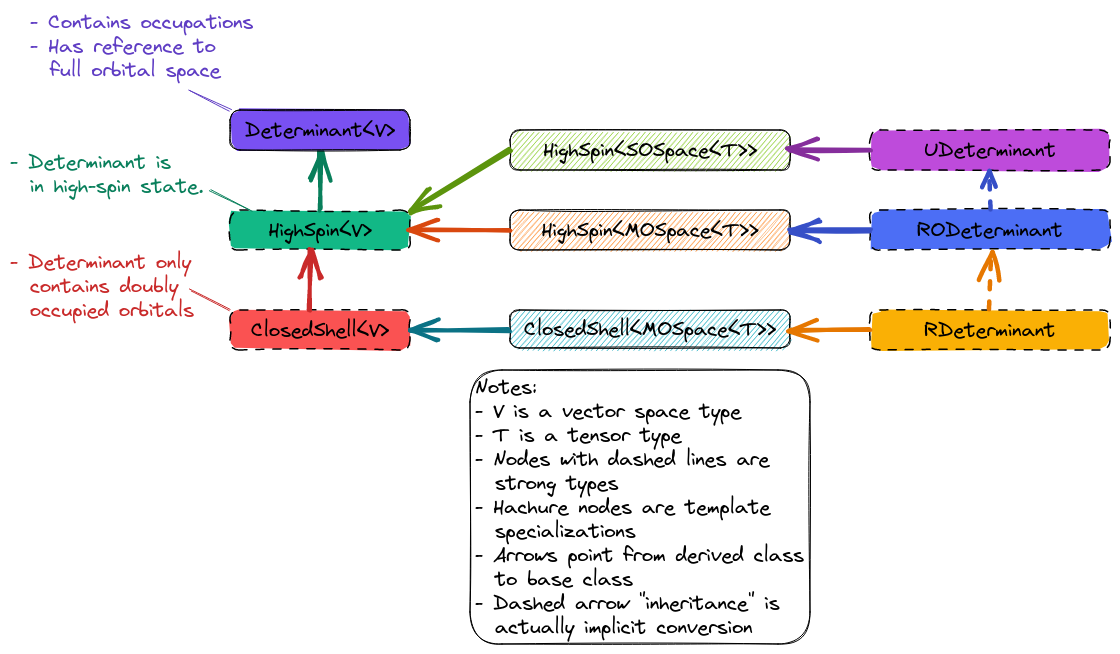
Above: docs/source/developer/design/assets/determinants.png in NWChemEx/Chemist (Excalidraw), before the change. Source tidied: one line per element, renumbered; positions are measured from the earlier drawing's top-left corner, leaving out a move shared by most shapes.
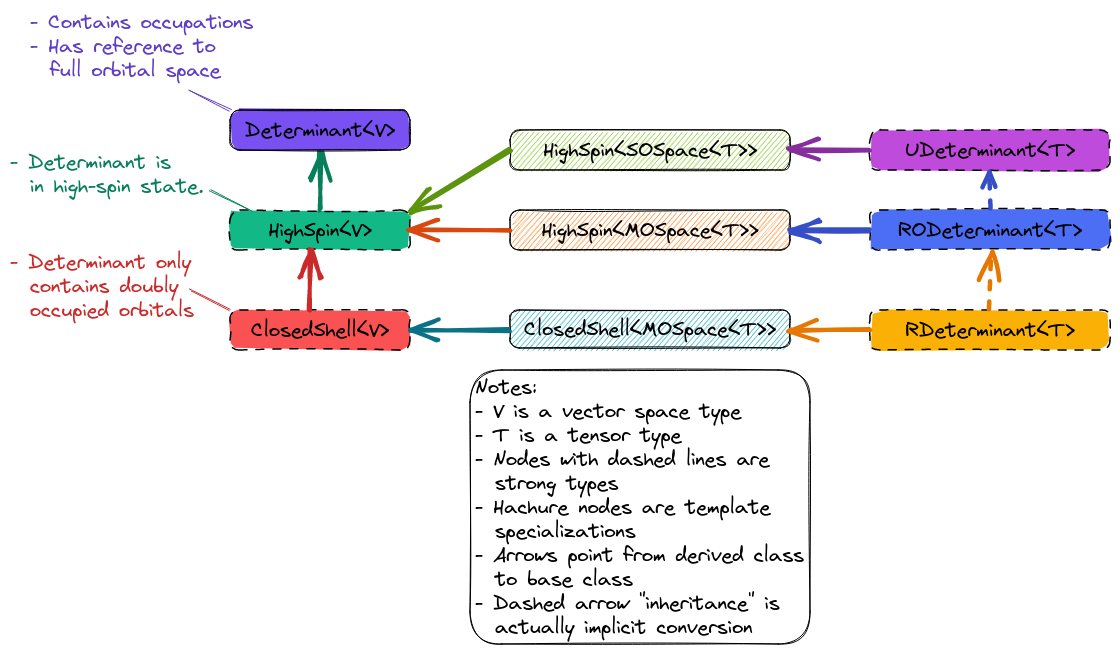
After the change.

Diff of the diagram source:
```diff
@@ -21,16 +21,16 @@
 {"id": 20, "type": "text", "text": "HighSpin<MOSpace<T>>", "strokeColor": "#000000", "backgroundColor": "#15aabf", "fillStyle": "hachure", "strokeWidth": 1, "roughness": 1, "fontSize": 20, "fontFamily": 1, "textAlign": "center", "verticalAlign": "middle", "inside": 19, "x": 532, "y": 208, "width": 217, "height": 24}
 {"id": 21, "type": "arrow", "strokeColor": "#d9480f", "backgroundColor": "#fd7e14", "fillStyle": "hachure", "strokeWidth": 4, "roughness": 1, "endArrowhead": "arrow", "round": true, "from": 19, "to": 3, "x": 500, "y": 220, "width": 100, "height": 0, "points": [[0, 0], [-100, 0]]}
 {"id": 22, "type": "rectangle", "strokeColor": "#000000", "backgroundColor": "#4c6ef5", "fillStyle": "solid", "strokeWidth": 1, "strokeStyle": "dashed", "roughness": 1, "round": true, "x": 860, "y": 200, "width": 240, "height": 40}
-{"id": 23, "type": "text", "text": "RODeterminant", "strokeColor": "#000000", "backgroundColor": "#4c6ef5", "fillStyle": "solid", "strokeWidth": 1, "roughness": 1, "fontSize": 20, "fontFamily": 1, "textAlign": "center", "verticalAlign": "middle", "inside": 22, "x": 907, "y": 208, "width": 146, "height": 24}
+{"id": 23, "type": "text", "text": "RODeterminant<T>", "strokeColor": "#000000", "backgroundColor": "#4c6ef5", "fillStyle": "solid", "strokeWidth": 1, "roughness": 1, "fontSize": 20, "fontFamily": 1, "textAlign": "center", "verticalAlign": "middle", "inside": 22, "x": 888, "y": 208, "width": 184, "height": 24}
-{"id": 24, "type": "arrow", "strokeColor": "#364fc7", "backgroundColor": "#4c6ef5", "fillStyle": "solid", "strokeWidth": 4, "roughness": 1, "endArrowhead": "arrow", "round": true, "from": 22, "x": 860, "y": 220, "width": 80, "height": 0, "points": [[0, 0], [-80, 0]]}
+{"id": 24, "type": "arrow", "strokeColor": "#364fc7", "backgroundColor": "#4c6ef5", "fillStyle": "solid", "strokeWidth": 4, "roughness": 1, "endArrowhead": "arrow", "round": true, "from": 22, "x": 859, "y": 220, "width": 79, "height": 0, "points": [[0, 0], [-79, 0]]}
 {"id": 25, "type": "rectangle", "strokeColor": "#000000", "backgroundColor": "#fab005", "fillStyle": "solid", "strokeWidth": 1, "strokeStyle": "dashed", "roughness": 1, "round": true, "x": 860, "y": 300, "width": 240, "height": 40}
-{"id": 26, "type": "text", "text": "RDeterminant", "strokeColor": "#000000", "backgroundColor": "#4c6ef5", "fillStyle": "solid", "strokeWidth": 4, "roughness": 1, "fontSize": 20, "fontFamily": 1, "textAlign": "center", "verticalAlign": "middle", "inside": 25, "x": 914, "y": 308, "width": 131, "height": 24}
+{"id": 26, "type": "text", "text": "RDeterminant<T>", "strokeColor": "#000000", "backgroundColor": "#4c6ef5", "fillStyle": "solid", "strokeWidth": 4, "roughness": 1, "fontSize": 20, "fontFamily": 1, "textAlign": "center", "verticalAlign": "middle", "inside": 25, "x": 895, "y": 308, "width": 169, "height": 24}
 {"id": 27, "type": "arrow", "strokeColor": "#e67700", "backgroundColor": "#4c6ef5", "fillStyle": "solid", "strokeWidth": 4, "roughness": 1, "endArrowhead": "arrow", "round": true, "from": 25, "to": 16, "x": 860, "y": 320, "width": 80, "height": 0, "points": [[0, 0], [-80, 0]]}
 {"id": 28, "type": "rectangle", "strokeColor": "#000000", "backgroundColor": "#82c91e", "fillStyle": "hachure", "strokeWidth": 1, "roughness": 1, "round": true, "x": 500, "y": 120, "width": 280, "height": 40}
 {"id": 29, "type": "text", "text": "HighSpin<SOSpace<T>>", "strokeColor": "#000000", "backgroundColor": "#4c6ef5", "fillStyle": "solid", "strokeWidth": 4, "roughness": 1, "fontSize": 20, "fontFamily": 1, "textAlign": "center", "verticalAlign": "middle", "inside": 28, "x": 533, "y": 128, "width": 214, "height": 24}
 {"id": 30, "type": "arrow", "strokeColor": "#5c940d", "backgroundColor": "#82c91e", "fillStyle": "hachure", "strokeWidth": 4, "roughness": 1, "endArrowhead": "arrow", "round": true, "from": 28, "to": 3, "x": 500, "y": 140, "width": 100, "height": 60, "points": [[0, 0], [-100, 60]]}
 {"id": 31, "type": "rectangle", "strokeColor": "#000000", "backgroundColor": "#be4bdb", "fillStyle": "solid", "strokeWidth": 1, "strokeStyle": "dashed", "roughness": 1, "round": true, "x": 860, "y": 120, "width": 240, "height": 40}
-{"id": 32, "type": "text", "text": "UDeterminant", "strokeColor": "#000000", "backgroundColor": "#82c91e", "fillStyle": "solid", "strokeWidth": 1, "roughness": 1, "fontSize": 20, "fontFamily": 1, "textAlign": "center", "verticalAlign": "middle", "inside": 31, "x": 914, "y": 128, "width": 132, "height": 24}
+{"id": 32, "type": "text", "text": "UDeterminant<T>", "strokeColor": "#000000", "backgroundColor": "#82c91e", "fillStyle": "solid", "strokeWidth": 1, "roughness": 1, "fontSize": 20, "fontFamily": 1, "textAlign": "center", "verticalAlign": "middle", "inside": 31, "x": 895, "y": 128, "width": 170, "height": 24}
-{"id": 33, "type": "arrow", "strokeColor": "#862e9c", "backgroundColor": "#82c91e", "fillStyle": "solid", "strokeWidth": 4, "roughness": 1, "endArrowhead": "arrow", "round": true, "from": 31, "to": 28, "x": 860, "y": 140, "width": 80, "height": 0, "points": [[0, 0], [-80, 0]]}
+{"id": 33, "type": "arrow", "strokeColor": "#862e9c", "backgroundColor": "#82c91e", "fillStyle": "solid", "strokeWidth": 4, "roughness": 1, "endArrowhead": "arrow", "round": true, "from": 31, "to": 28, "x": 859, "y": 140, "width": 78, "height": 0, "points": [[0, 0], [-78, 0]]}
-{"id": 34, "type": "arrow", "strokeColor": "#e67700", "backgroundColor": "#fab005", "fillStyle": "solid", "strokeWidth": 4, "strokeStyle": "dashed", "roughness": 1, "endArrowhead": "arrow", "round": true, "from": 25, "x": 980, "y": 300, "width": 0, "height": 60, "points": [[0, 0], [0, -60]]}
+{"id": 34, "type": "arrow", "strokeColor": "#e67700", "backgroundColor": "#fab005", "fillStyle": "solid", "strokeWidth": 4, "strokeStyle": "dashed", "roughness": 1, "endArrowhead": "arrow", "round": true, "from": 25, "to": 22, "x": 980, "y": 300, "width": 0, "height": 60, "points": [[0, 0], [0, -60]]}
-{"id": 35, "type": "arrow", "strokeColor": "#364fc7", "backgroundColor": "#fab005", "fillStyle": "solid", "strokeWidth": 4, "strokeStyle": "dashed", "roughness": 1, "endArrowhead": "arrow", "round": true, "from": 22, "to": 31, "x": 980, "y": 200, "width": 0, "height": 40, "points": [[0, 0], [0, -40]]}
+{"id": 35, "type": "arrow", "strokeColor": "#364fc7", "backgroundColor": "#fab005", "fillStyle": "solid", "strokeWidth": 4, "strokeStyle": "dashed", "roughness": 1, "endArrowhead": "arrow", "round": true, "from": 22, "to": 31, "x": 980, "y": 199, "width": 0, "height": 38, "points": [[0, 0], [0, -38]]}
```
